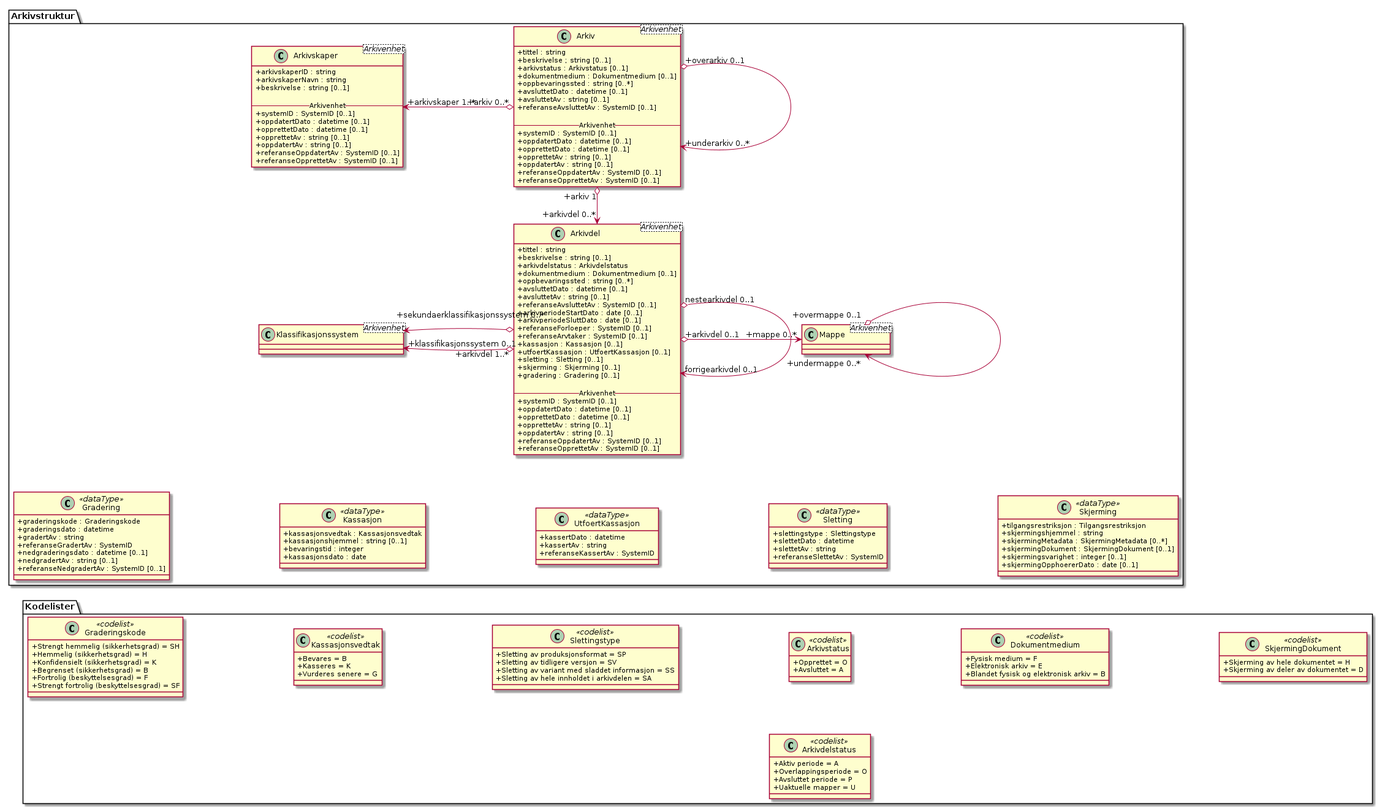
Earlier version of the PlantUML export kapitler/media/uml-arkivstruktur-arkiv-og-arkivdel.png (arkivverket/noark5-tjenestegrensesnitt-standard).
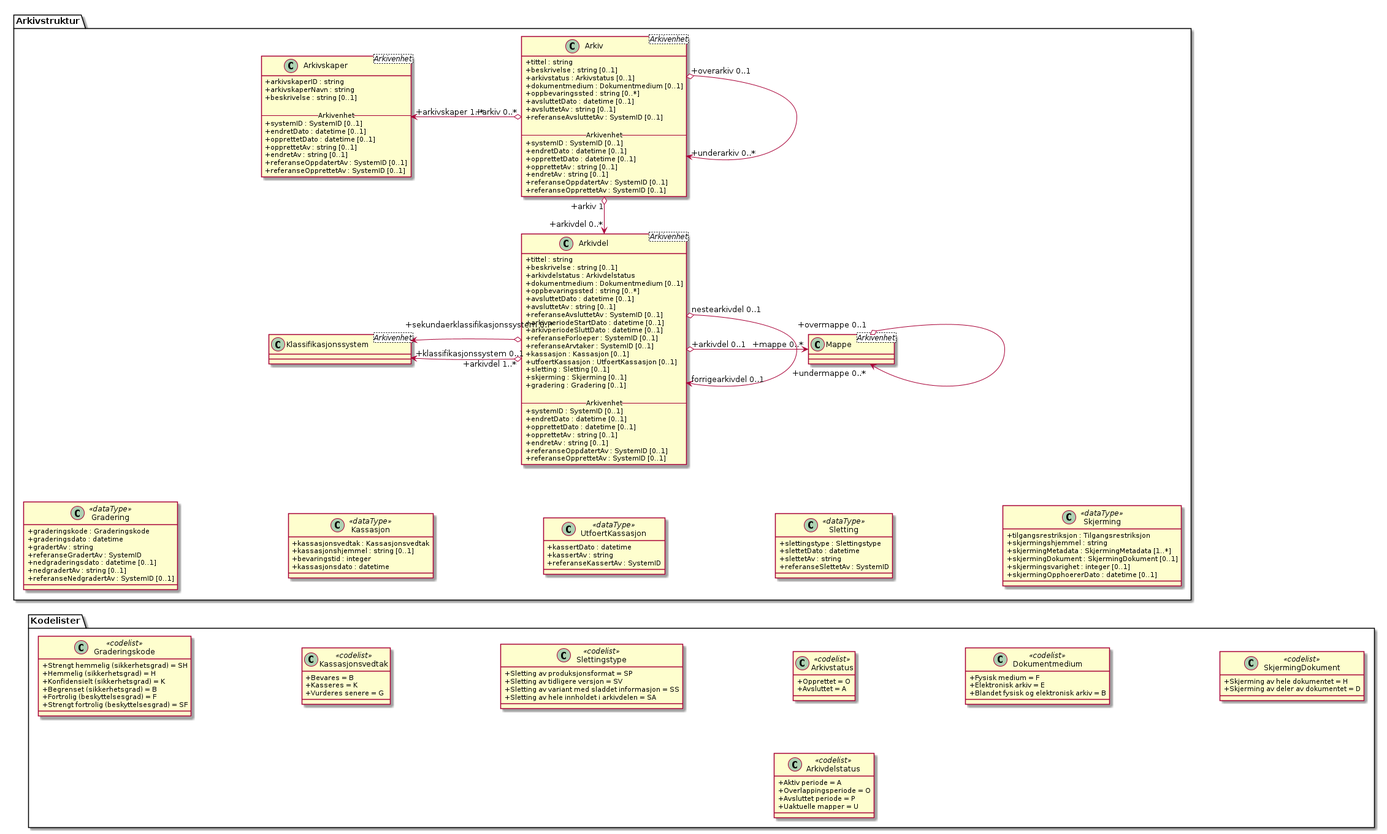
After the commit.

Diff of the diagram source:
```diff
@@ -9,10 +9,10 @@
 
   -- Arkivenhet --
   +systemID : SystemID [0..1]
-  +oppdatertDato : datetime [0..1]
+  +endretDato : datetime [0..1]
   +opprettetDato : datetime [0..1]
   +opprettetAv : string [0..1]
-  +oppdatertAv : string [0..1]
+  +endretAv : string [0..1]
   +referanseOppdatertAv : SystemID [0..1]
   +referanseOpprettetAv : SystemID [0..1]
 }
@@ -28,10 +28,10 @@
 
   -- Arkivenhet --
   +systemID : SystemID [0..1]
-  +oppdatertDato : datetime [0..1]
+  +endretDato : datetime [0..1]
   +opprettetDato : datetime [0..1]
   +opprettetAv : string [0..1]
-  +oppdatertAv : string [0..1]
+  +endretAv : string [0..1]
   +referanseOppdatertAv : SystemID [0..1]
   +referanseOpprettetAv : SystemID [0..1]
 }
@@ -44,8 +44,8 @@
   +avsluttetDato : datetime [0..1]
   +avsluttetAv : string [0..1]
   +referanseAvsluttetAv : SystemID [0..1]
-  +arkivperiodeStartDato : date [0..1]
-  +arkivperiodeSluttDato : date [0..1]
+  +arkivperiodeStartDato : datetime [0..1]
+  +arkivperiodeSluttDato : datetime [0..1]
   +referanseForloeper : SystemID [0..1]
   +referanseArvtaker : SystemID [0..1]
   +kassasjon : Kassasjon [0..1]
@@ -56,10 +56,10 @@
 
   -- Arkivenhet --
   +systemID : SystemID [0..1]
-  +oppdatertDato : datetime [0..1]
+  +endretDato : datetime [0..1]
   +opprettetDato : datetime [0..1]
   +opprettetAv : string [0..1]
-  +oppdatertAv : string [0..1]
+  +endretAv : string [0..1]
   +referanseOppdatertAv : SystemID [0..1]
   +referanseOpprettetAv : SystemID [0..1]
 }
@@ -84,7 +84,7 @@
   +kassasjonsvedtak : Kassasjonsvedtak
   +kassasjonshjemmel : string [0..1]
   +bevaringstid : integer
-  +kassasjonsdato : date
+  +kassasjonsdato : datetime
 }
 class Arkivstruktur.UtfoertKassasjon <<dataType>> {
   +kassertDato : datetime
@@ -100,10 +100,10 @@
 class Arkivstruktur.Skjerming <<dataType>> {
   +tilgangsrestriksjon : Tilgangsrestriksjon
   +skjermingshjemmel : string
-  +skjermingMetadata : SkjermingMetadata [0..*]
+  +skjermingMetadata : SkjermingMetadata [1..*]
   +skjermingDokument : SkjermingDokument [0..1]
   +skjermingsvarighet : integer [0..1]
-  +skjermingOpphoererDato : date [0..1]
+  +skjermingOpphoererDato : datetime [0..1]
 }
 class Arkivstruktur.Gradering <<dataType>> {
   +graderingskode : Graderingskode
```
